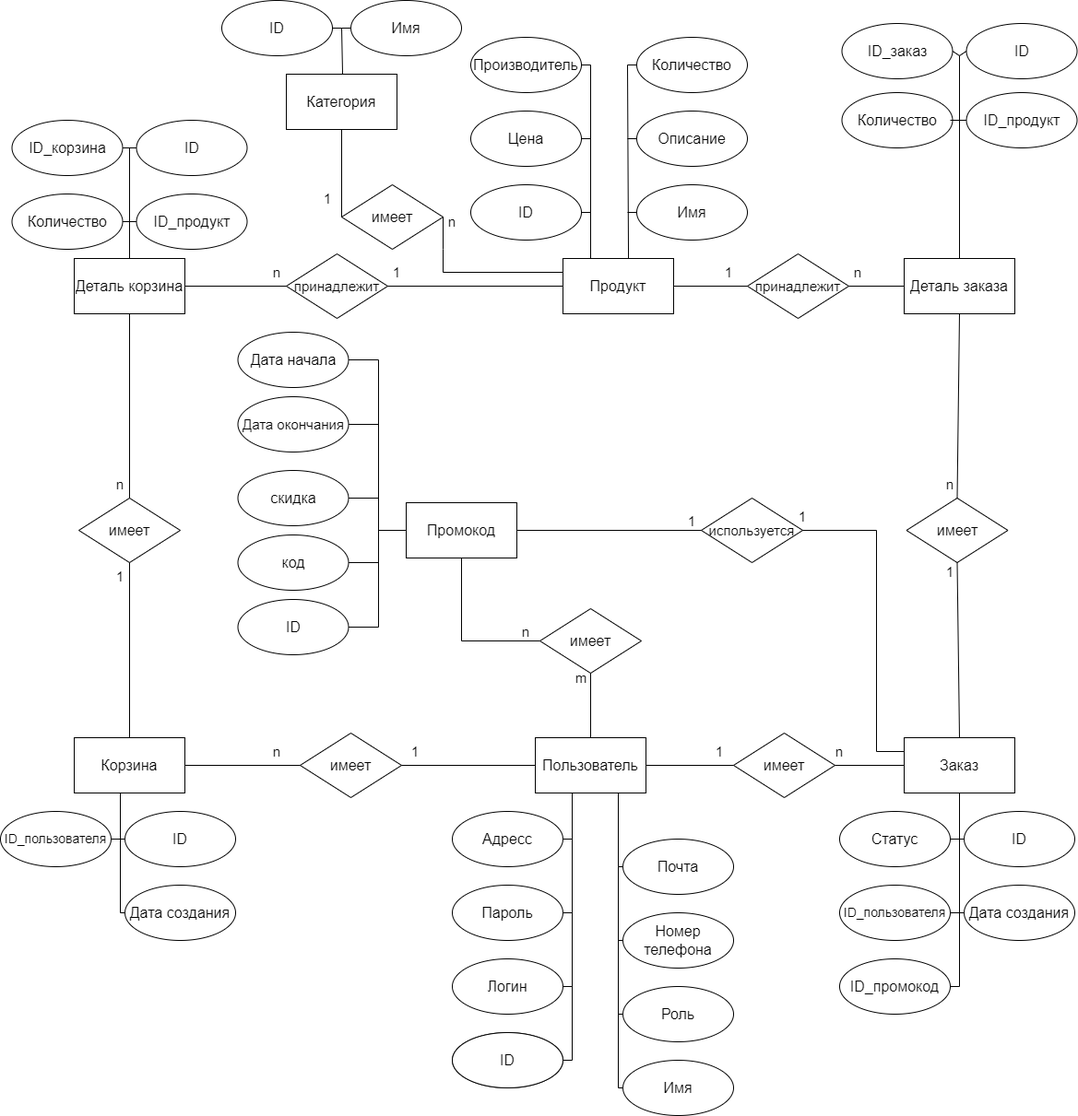
This is img/er_diagram.png from Nov1lla/bmstu_ppo, a draw.io export, as it was before one commit. Source tidied: cells renumbered, new cells last; positions are measured from the earlier drawing's top-left corner, leaving out a move shared by most shapes.
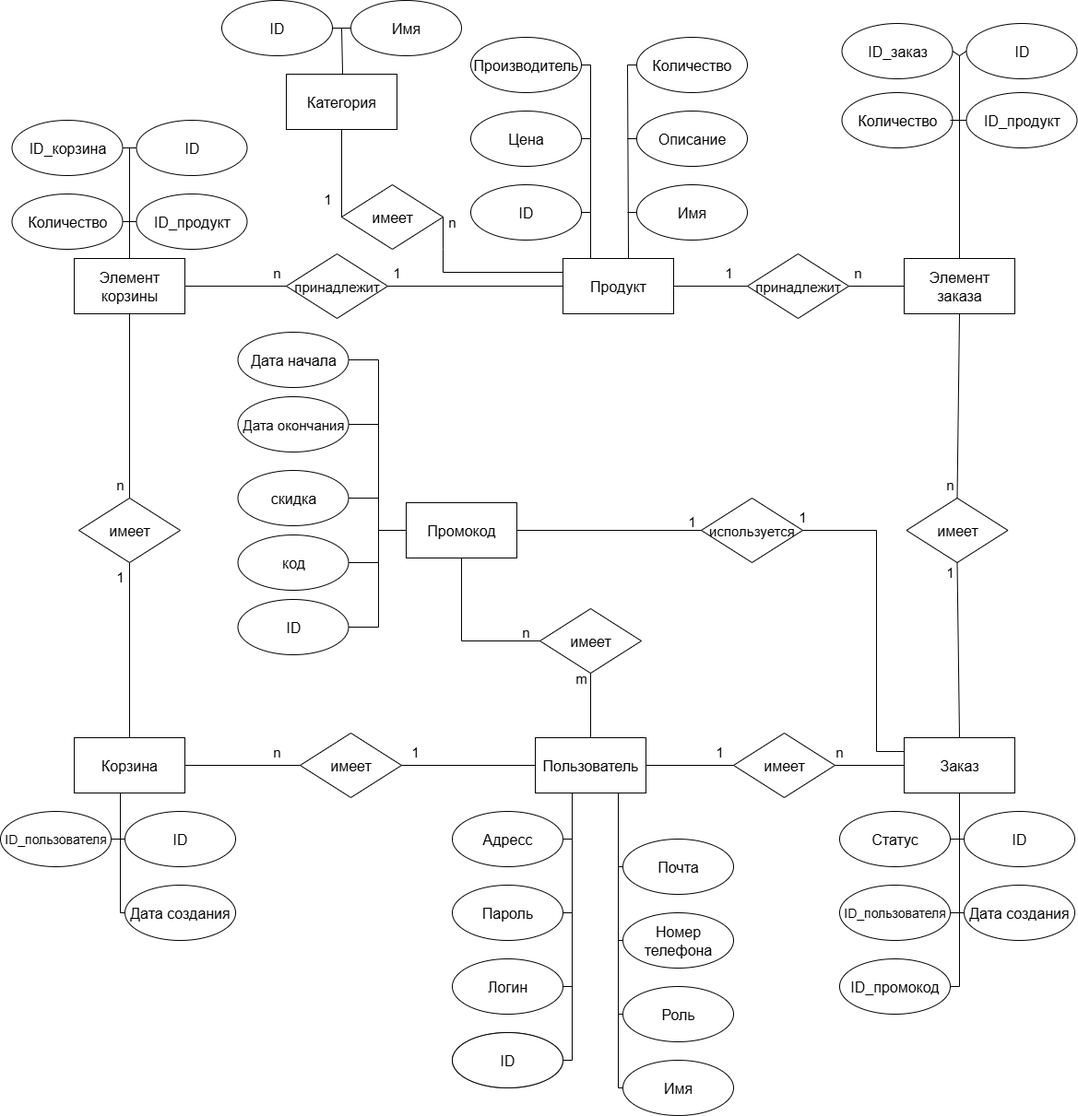
After the change.

Diff of the diagram source:
```diff
@@ -8,10 +8,10 @@
     <mxCell id="3" value="Продукт" style="rounded=0;whiteSpace=wrap;html=1;fontSize=16;" parent="1" vertex="1">
       <mxGeometry x="610" y="280" width="120" height="60" as="geometry" />
     </mxCell>
-    <mxCell id="4" value="Деталь корзина" style="rounded=0;whiteSpace=wrap;html=1;fontSize=16;" parent="1" vertex="1">
+    <mxCell id="4" value="Элемент корзины" style="rounded=0;whiteSpace=wrap;html=1;fontSize=16;" parent="1" vertex="1">
       <mxGeometry x="80" y="280" width="120" height="60" as="geometry" />
     </mxCell>
-    <mxCell id="5" value="Деталь заказа" style="rounded=0;whiteSpace=wrap;html=1;fontSize=16;" parent="1" vertex="1">
+    <mxCell id="5" value="Элемент заказа" style="rounded=0;whiteSpace=wrap;html=1;fontSize=16;" parent="1" vertex="1">
       <mxGeometry x="980" y="280" width="120" height="60" as="geometry" />
     </mxCell>
     <mxCell id="6" value="Заказ" style="rounded=0;whiteSpace=wrap;html=1;fontSize=16;" parent="1" vertex="1">
```
